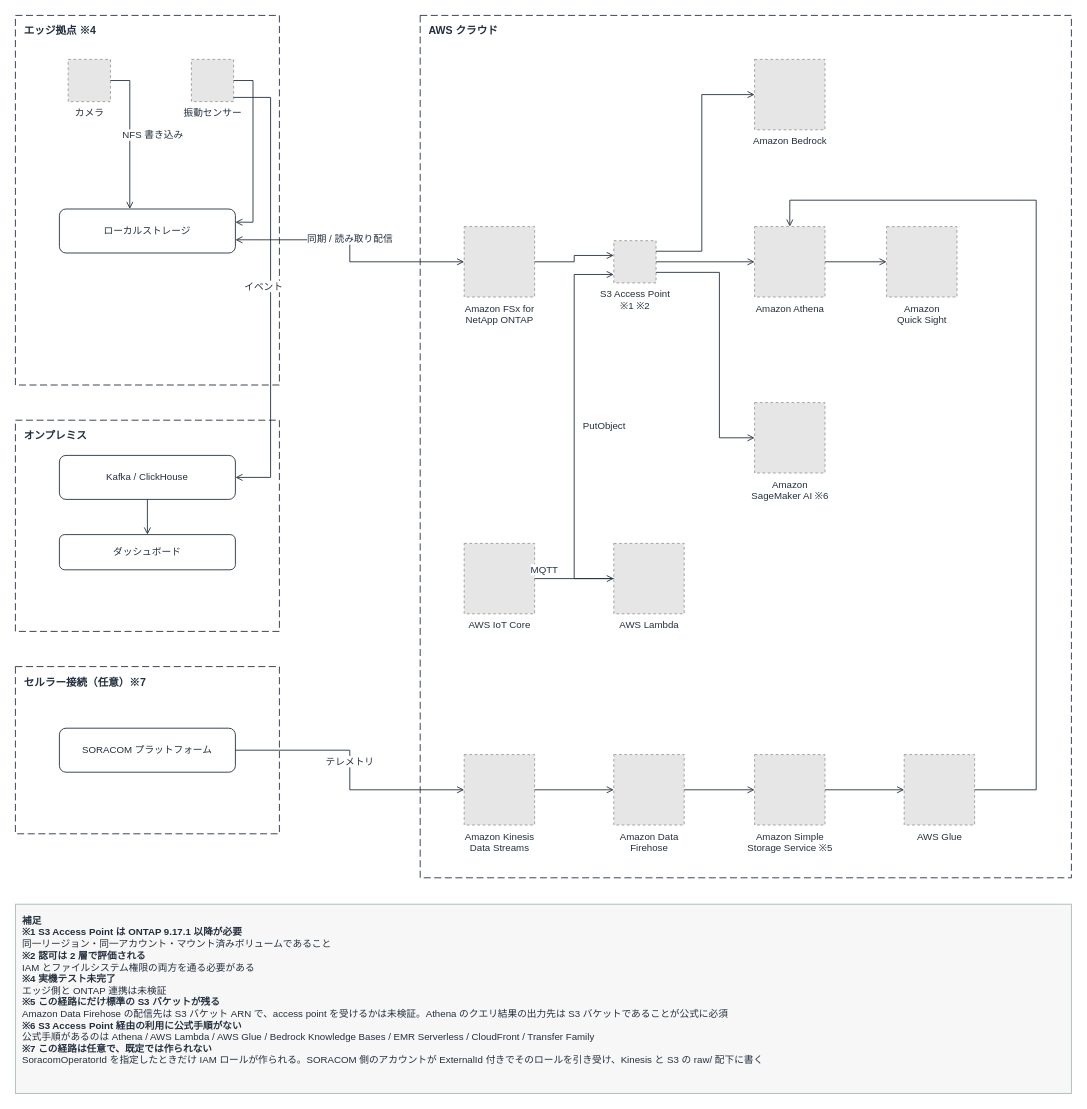
Before: docs/diagrams/architecture-overview.drawio in Yoshiki0705/ONTAP-Edge-to-Cloud-AI, a draw.io diagram. Source tidied: cells renumbered, new cells numbered last; positions are measured from the earlier drawing's top-left corner, leaving out a move shared by most shapes. Both pictures are drawn from the tidied source at 88%, with x=0, y=0 at pixel (15, 15). Pictures stored in the file or linked from it are replaced by grey dashed boxes.
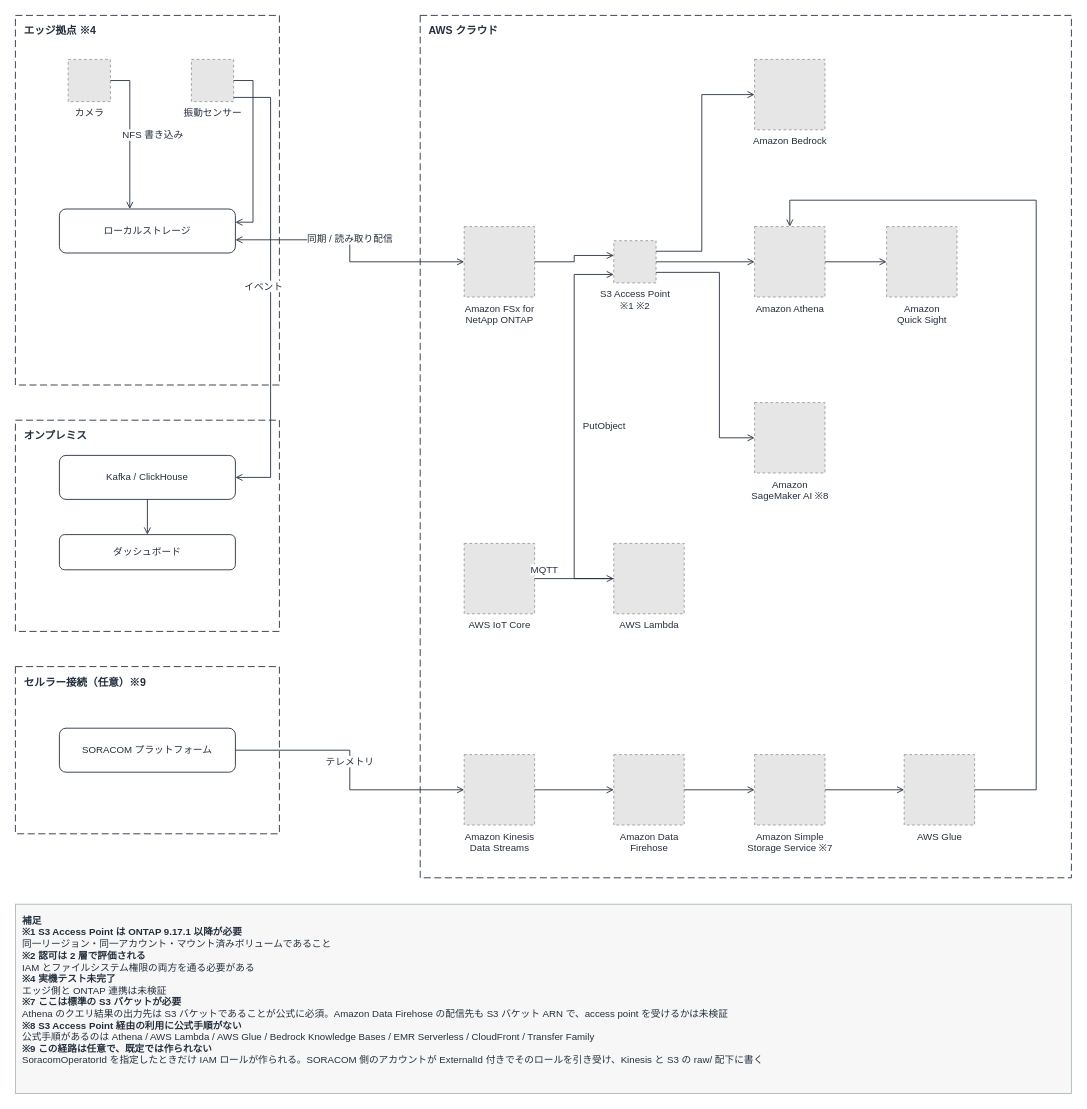
After the change.

Diff of the diagram source:
```diff
@@
-    <mxCell id="4" value="セルラー接続（任意）※7" style="rounded=0;html=1;dashed=1;dashPattern=8 4;fillColor=none;strokeColor=#232F3E;verticalAlign=top;align=left;spacingLeft=8;spacingTop=4;fontSize=12;fontColor=#232F3E;fontStyle=1;" parent="1" vertex="1">
+    <mxCell id="4" value="セルラー接続（任意）※9" style="rounded=0;html=1;dashed=1;dashPattern=8 4;fillColor=none;strokeColor=#232F3E;verticalAlign=top;align=left;spacingLeft=8;spacingTop=4;fontSize=12;fontColor=#232F3E;fontStyle=1;" parent="1" vertex="1">
       <mxGeometry y="740" width="300" height="190" as="geometry" />
     </mxCell>
@@
-    <mxCell id="16" value="Amazon&lt;br&gt;SageMaker AI ※6" style="fillColor=#E6E6E6;strokeColor=#999999;dashed=1;html=1;verticalLabelPosition=bottom;verticalAlign=top;labelPosition=center;align=center;fontSize=11;fontColor=#232F3E;" parent="1" vertex="1">
+    <mxCell id="16" value="Amazon&lt;br&gt;SageMaker AI ※8" style="fillColor=#E6E6E6;strokeColor=#999999;dashed=1;html=1;verticalLabelPosition=bottom;verticalAlign=top;labelPosition=center;align=center;fontSize=11;fontColor=#232F3E;" parent="1" vertex="1">
       <mxGeometry x="840" y="440" width="80" height="80" as="geometry" />
     </mxCell>
@@
-    <mxCell id="22" value="Amazon Simple&lt;br&gt;Storage Service ※5" style="fillColor=#E6E6E6;strokeColor=#999999;dashed=1;html=1;verticalLabelPosition=bottom;verticalAlign=top;labelPosition=center;align=center;fontSize=11;fontColor=#232F3E;" parent="1" vertex="1">
+    <mxCell id="22" value="Amazon Simple&lt;br&gt;Storage Service ※7" style="fillColor=#E6E6E6;strokeColor=#999999;dashed=1;html=1;verticalLabelPosition=bottom;verticalAlign=top;labelPosition=center;align=center;fontSize=11;fontColor=#232F3E;" parent="1" vertex="1">
       <mxGeometry x="840" y="840" width="80" height="80" as="geometry" />
     </mxCell>
@@
-    <mxCell id="41" value="&lt;b&gt;補足&lt;/b&gt;&lt;br&gt;&lt;b&gt;※1 S3 Access Point は ONTAP 9.17.1 以降が必要&lt;/b&gt;&lt;br&gt;同一リージョン・同一アカウント・マウント済みボリュームであること&lt;br&gt;&lt;b&gt;※2 認可は 2 層で評価される&lt;/b&gt;&lt;br&gt;IAM とファイルシステム権限の両方を通る必要がある&lt;br&gt;&lt;b&gt;※4 実機テスト未完了&lt;/b&gt;&lt;br&gt;エッジ側と ONTAP 連携は未検証&lt;br&gt;&lt;b&gt;※5 この経路にだけ標準の S3 バケットが残る&lt;/b&gt;&lt;br&gt;Amazon Data Firehose の配信先は S3 バケット ARN で、access point を受けるかは未検証。Athena のクエリ結果の出力先は S3 バケットであることが公式に必須&lt;br&gt;&lt;b&gt;※6 S3 Access Point 経由の利用に公式手順がない&lt;/b&gt;&lt;br&gt;公式手順があるのは Athena / AWS Lambda / AWS Glue / Bedrock Knowledge Bases / EMR Serverless / CloudFront / Transfer Family&lt;br&gt;&lt;b&gt;※7 この経路は任意で、既定では作られない&lt;/b&gt;&lt;br&gt;SoracomOperatorId を指定したときだけ IAM ロールが作られる。SORACOM 側のアカウントが ExternalId 付きでそのロールを引き受け、Kinesis と S3 の raw/ 配下に書く" style="rounded=0;html=1;whiteSpace=wrap;fillColor=#F7F7F7;strokeColor=#AAB7B8;align=left;verticalAlign=top;spacing=8;fontSize=11;fontColor=#232F3E;" parent="1" vertex="1">
+    <mxCell id="41" value="&lt;b&gt;補足&lt;/b&gt;&lt;br&gt;&lt;b&gt;※1 S3 Access Point は ONTAP 9.17.1 以降が必要&lt;/b&gt;&lt;br&gt;同一リージョン・同一アカウント・マウント済みボリュームであること&lt;br&gt;&lt;b&gt;※2 認可は 2 層で評価される&lt;/b&gt;&lt;br&gt;IAM とファイルシステム権限の両方を通る必要がある&lt;br&gt;&lt;b&gt;※4 実機テスト未完了&lt;/b&gt;&lt;br&gt;エッジ側と ONTAP 連携は未検証&lt;br&gt;&lt;b&gt;※7 ここは標準の S3 バケットが必要&lt;/b&gt;&lt;br&gt;Athena のクエリ結果の出力先は S3 バケットであることが公式に必須。Amazon Data Firehose の配信先も S3 バケット ARN で、access point を受けるかは未検証&lt;br&gt;&lt;b&gt;※8 S3 Access Point 経由の利用に公式手順がない&lt;/b&gt;&lt;br&gt;公式手順があるのは Athena / AWS Lambda / AWS Glue / Bedrock Knowledge Bases / EMR Serverless / CloudFront / Transfer Family&lt;br&gt;&lt;b&gt;※9 この経路は任意で、既定では作られない&lt;/b&gt;&lt;br&gt;SoracomOperatorId を指定したときだけ IAM ロールが作られる。SORACOM 側のアカウントが ExternalId 付きでそのロールを引き受け、Kinesis と S3 の raw/ 配下に書く" style="rounded=0;html=1;whiteSpace=wrap;fillColor=#F7F7F7;strokeColor=#AAB7B8;align=left;verticalAlign=top;spacing=8;fontSize=11;fontColor=#232F3E;" parent="1" vertex="1">
       <mxGeometry y="1010" width="1200" height="215" as="geometry" />
     </mxCell>
```
